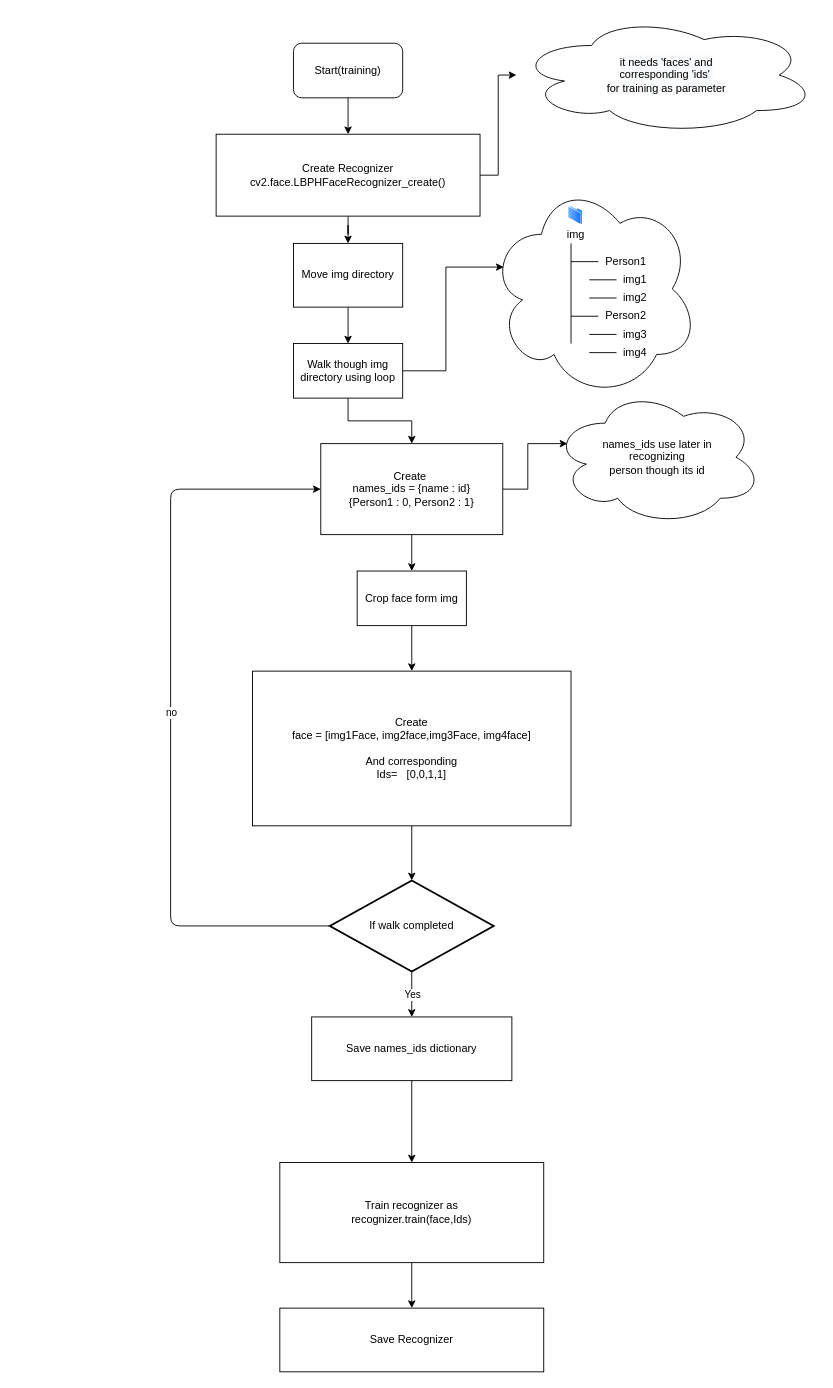
Above: Documentation/Flow Diagram/4.train.drawio in prashantsingh2408/Face-Recognition-Attendance-System (draw.io), before the change. Source tidied: cells renumbered, new cells numbered last; positions are measured from the earlier drawing's top-left corner, leaving out a move shared by most shapes. Both pictures are drawn from the tidied source at 91%, with x=0, y=0 at pixel (170, 15).
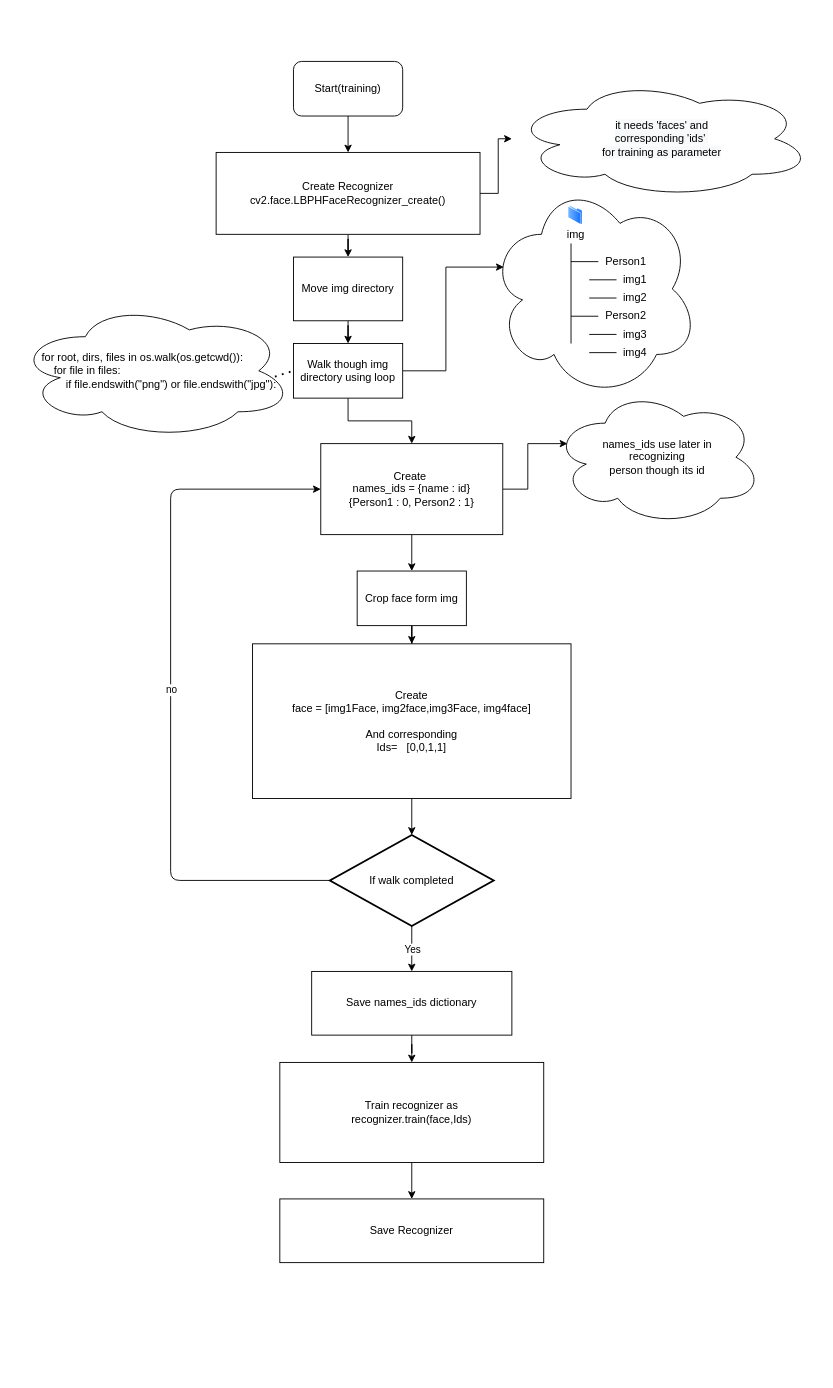
The same page after the edit.

Unchanged cells that the change refers to:
```xml
<mxCell id="8" value="Walk though img directory using loop" style="rounded=0;whiteSpace=wrap;html=1;" parent="1" vertex="1">
  <mxGeometry x="135" y="360" width="120" height="60" as="geometry" />
</mxCell>
<mxCell id="11" value="Create&amp;nbsp;&lt;br&gt;names_ids = {name : id}&lt;br&gt;{Person1 : 0, Person2 : 1}" style="rounded=0;whiteSpace=wrap;html=1;" parent="1" vertex="1">
  <mxGeometry x="165" y="470" width="200" height="100" as="geometry" />
</mxCell>
```

The edit, as a diff of the source:
```diff
@@
     <mxCell id="3" value="Start(training)" style="rounded=1;whiteSpace=wrap;html=1;" parent="1" vertex="1">
-      <mxGeometry x="135" y="30" width="120" height="60" as="geometry" />
+      <mxGeometry x="135" y="50" width="120" height="60" as="geometry" />
     </mxCell>
@@
     <mxCell id="5" value="Move img directory" style="rounded=0;whiteSpace=wrap;html=1;" parent="1" vertex="1">
-      <mxGeometry x="135" y="250" width="120" height="70" as="geometry" />
+      <mxGeometry x="135" y="265" width="120" height="70" as="geometry" />
     </mxCell>
@@
     <mxCell id="15" value="Create &lt;br&gt;face = [img1Face, img2face,img3Face, img4face]&lt;br&gt;&lt;br&gt;And corresponding &lt;br&gt;Ids=&amp;nbsp; &amp;nbsp;[0,0,1,1]" style="rounded=0;whiteSpace=wrap;html=1;" parent="1" vertex="1">
-      <mxGeometry x="90" y="720" width="350" height="170" as="geometry" />
+      <mxGeometry x="90" y="690" width="350" height="170" as="geometry" />
     </mxCell>
@@
     <mxCell id="32" value="Save names_ids dictionary" style="rounded=0;whiteSpace=wrap;html=1;" parent="1" vertex="1">
-      <mxGeometry x="155" y="1100" width="220" height="70" as="geometry" />
+      <mxGeometry x="155" y="1050" width="220" height="70" as="geometry" />
     </mxCell>
@@
     <mxCell id="34" value="Train recognizer as&lt;br&gt;recognizer.train(face,Ids)" style="rounded=0;whiteSpace=wrap;html=1;" parent="1" vertex="1">
-      <mxGeometry x="120" y="1260" width="290" height="110" as="geometry" />
+      <mxGeometry x="120" y="1150" width="290" height="110" as="geometry" />
     </mxCell>
     <mxCell id="35" value="If walk completed" style="strokeWidth=2;html=1;shape=mxgraph.flowchart.decision;whiteSpace=wrap;" parent="1" vertex="1">
-      <mxGeometry x="175" y="950" width="180" height="100" as="geometry" />
+      <mxGeometry x="175" y="900" width="180" height="100" as="geometry" />
     </mxCell>
@@
     <mxCell id="39" style="endArrow=classic;html=1;exitX=0;exitY=0.5;exitDx=0;exitDy=0;exitPerimeter=0;entryX=0;entryY=0.5;entryDx=0;entryDy=0;" parent="1" edge="1" source="35" target="11">
       <mxGeometry relative="1" as="geometry">
         <Array as="points">
-          <mxPoint y="1000" />
+          <mxPoint y="950" />
           <mxPoint y="520" />
         </Array>
       </mxGeometry>
     </mxCell>
@@
     <mxCell id="43" value="Create Recognizer&lt;br&gt;cv2.face.LBPHFaceRecognizer_create()" style="whiteSpace=wrap;html=1;" parent="1" vertex="1">
-      <mxGeometry x="50" y="130" width="290" height="90" as="geometry" />
+      <mxGeometry x="50" y="150" width="290" height="90" as="geometry" />
     </mxCell>
@@
     <mxCell id="45" value="&lt;span style=&quot;color: rgb(0 , 0 , 0) ; font-family: &amp;#34;helvetica&amp;#34; ; font-size: 12px ; font-style: normal ; font-weight: 400 ; letter-spacing: normal ; text-align: center ; text-indent: 0px ; text-transform: none ; word-spacing: 0px ; background-color: rgb(248 , 249 , 250) ; display: inline ; float: none&quot;&gt;it needs 'faces' and &lt;br&gt;corresponding 'ids'&amp;nbsp;&lt;br&gt;for training as parameter&lt;/span&gt;" style="ellipse;shape=cloud;whiteSpace=wrap;html=1;" parent="1" vertex="1">
-      <mxGeometry x="380" width="330" height="130" as="geometry" />
+      <mxGeometry x="375" y="70" width="330" height="130" as="geometry" />
     </mxCell>
     <mxCell id="46" value="Save Recognizer" style="rounded=0;whiteSpace=wrap;html=1;" parent="1" vertex="1">
-      <mxGeometry x="120" y="1420" width="290" height="70" as="geometry" />
+      <mxGeometry x="120" y="1300" width="290" height="70" as="geometry" />
     </mxCell>
+    <mxCell id="47" style="endArrow=none;dashed=1;html=1;dashPattern=1 3;strokeWidth=2;entryX=0;entryY=0.5;entryDx=0;entryDy=0;exitX=0.933;exitY=0.542;exitDx=0;exitDy=0;exitPerimeter=0;" parent="1" edge="1" source="48" target="8">
+      <mxGeometry relative="1" as="geometry" />
+    </mxCell>
+    <mxCell id="48" value="&lt;div&gt;&amp;nbsp; &amp;nbsp; &amp;nbsp; &amp;nbsp; for root, dirs, files in os.walk(os.getcwd()):&lt;/div&gt;&lt;div&gt;&lt;span&gt;&lt;/span&gt;&amp;nbsp; &amp;nbsp; &amp;nbsp; &amp;nbsp; &amp;nbsp; &amp;nbsp; for file in files:&lt;/div&gt;&lt;div&gt;&lt;span&gt;&lt;/span&gt;&amp;nbsp; &amp;nbsp; &amp;nbsp; &amp;nbsp; &amp;nbsp; &amp;nbsp; &amp;nbsp; &amp;nbsp; if file.endswith(&quot;png&quot;) or file.endswith(&quot;jpg&quot;):&lt;/div&gt;" style="ellipse;shape=cloud;whiteSpace=wrap;html=1;align=left;" parent="1" vertex="1">
+      <mxGeometry x="-170" y="315" width="305" height="150" as="geometry" />
+    </mxCell>
```
